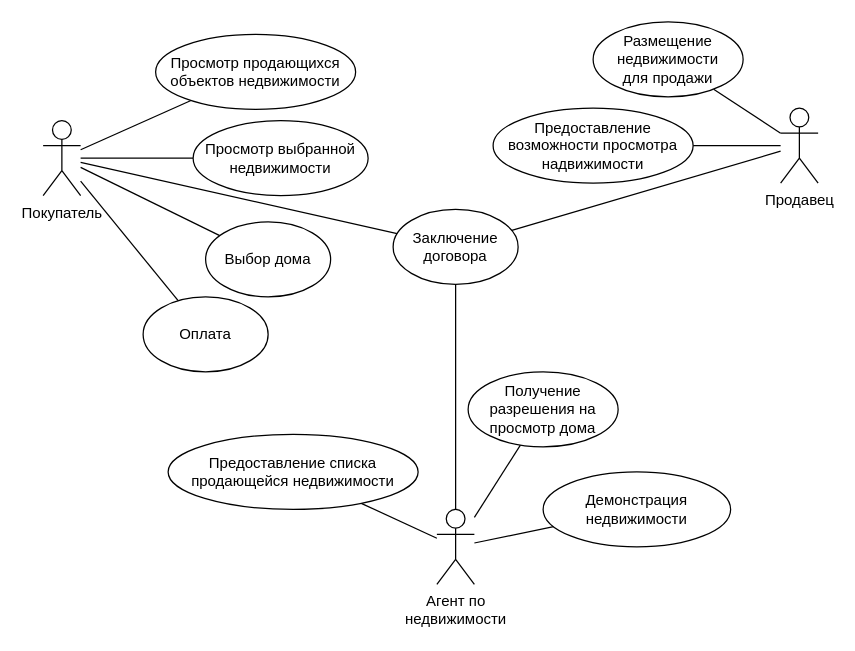
Earlier version of the draw.io diagram page "Page-1" (1 of 2) of ДЗ.drawio (aleksey899/Boom21). Source tidied: cells renumbered, new cells numbered last; positions are measured from the earlier drawing's top-left corner, leaving out a move shared by most shapes. Both pictures are drawn from the tidied source at 125%, with x=0, y=0 at pixel (42, 21).
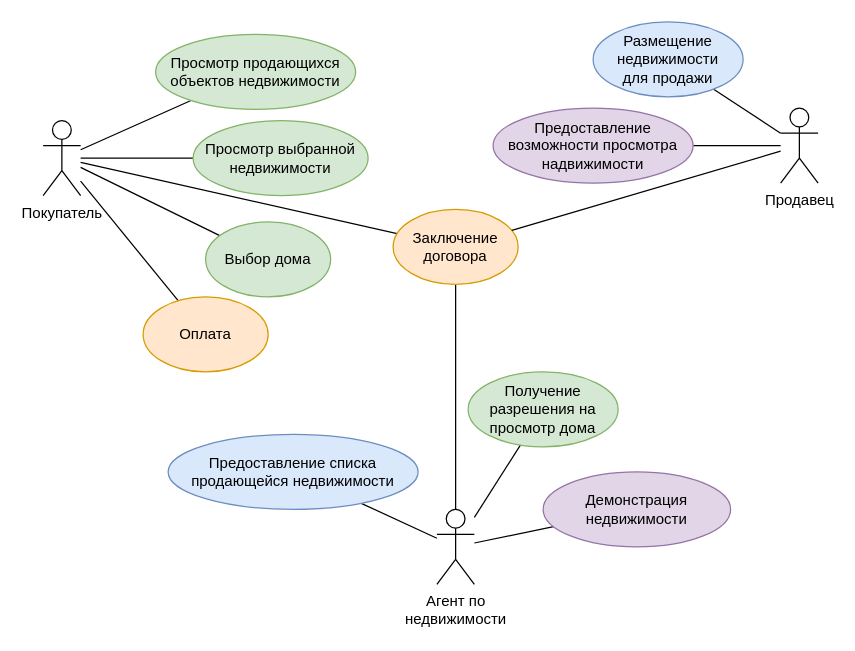
After the change.

What changed in the source:
```diff
@@
-    <mxCell id="13" value="Выбор дома" style="ellipse;whiteSpace=wrap;html=1;" parent="1" vertex="1">
+    <mxCell id="13" value="Выбор дома" style="ellipse;whiteSpace=wrap;html=1;fillColor=#d5e8d4;strokeColor=#82b366;" parent="1" vertex="1">
       <mxGeometry x="130" y="160" width="100" height="60" as="geometry" />
     </mxCell>
-    <mxCell id="14" value="Просмотр выбранной&lt;br&gt;недвижимости" style="ellipse;whiteSpace=wrap;html=1;" parent="1" vertex="1">
+    <mxCell id="14" value="Просмотр выбранной&lt;br&gt;недвижимости" style="ellipse;whiteSpace=wrap;html=1;fillColor=#d5e8d4;strokeColor=#82b366;" parent="1" vertex="1">
       <mxGeometry x="120" y="79" width="140" height="60" as="geometry" />
     </mxCell>
-    <mxCell id="15" value="Заключение договора" style="ellipse;whiteSpace=wrap;html=1;" parent="1" vertex="1">
+    <mxCell id="15" value="Заключение договора" style="ellipse;whiteSpace=wrap;html=1;fillColor=#ffe6cc;strokeColor=#d79b00;" parent="1" vertex="1">
       <mxGeometry x="280" y="150" width="100" height="60" as="geometry" />
     </mxCell>
-    <mxCell id="16" value="Оплата" style="ellipse;whiteSpace=wrap;html=1;" parent="1" vertex="1">
+    <mxCell id="16" value="Оплата" style="ellipse;whiteSpace=wrap;html=1;fillColor=#ffe6cc;strokeColor=#d79b00;" parent="1" vertex="1">
       <mxGeometry x="80" y="220" width="100" height="60" as="geometry" />
     </mxCell>
@@
-    <mxCell id="18" value="&lt;div&gt;Просмотр продающихся объектов недвижимости&lt;/div&gt;" style="ellipse;whiteSpace=wrap;html=1;" parent="1" vertex="1">
+    <mxCell id="18" value="&lt;div&gt;Просмотр продающихся объектов недвижимости&lt;/div&gt;" style="ellipse;whiteSpace=wrap;html=1;fillColor=#d5e8d4;strokeColor=#82b366;" parent="1" vertex="1">
       <mxGeometry x="90" y="10" width="160" height="60" as="geometry" />
     </mxCell>
@@
-    <mxCell id="21" value="Предоставление возможности просмотра надвижимости" style="ellipse;whiteSpace=wrap;html=1;" parent="1" vertex="1">
+    <mxCell id="21" value="Предоставление возможности просмотра надвижимости" style="ellipse;whiteSpace=wrap;html=1;fillColor=#e1d5e7;strokeColor=#9673a6;" parent="1" vertex="1">
       <mxGeometry x="360" y="69" width="160" height="60" as="geometry" />
     </mxCell>
@@
-    <mxCell id="23" value="&lt;div&gt;Размещение недвижимости&lt;/div&gt;&lt;div&gt;для продажи&lt;br&gt;&lt;/div&gt;" style="ellipse;whiteSpace=wrap;html=1;" parent="1" vertex="1">
+    <mxCell id="23" value="&lt;div&gt;Размещение недвижимости&lt;/div&gt;&lt;div&gt;для продажи&lt;br&gt;&lt;/div&gt;" style="ellipse;whiteSpace=wrap;html=1;fillColor=#dae8fc;strokeColor=#6c8ebf;" parent="1" vertex="1">
       <mxGeometry x="440" width="120" height="60" as="geometry" />
     </mxCell>
-    <mxCell id="24" value="Предоставление списка продающейся недвижимости" style="ellipse;whiteSpace=wrap;html=1;" parent="1" vertex="1">
+    <mxCell id="24" value="Предоставление списка продающейся недвижимости" style="ellipse;whiteSpace=wrap;html=1;fillColor=#dae8fc;strokeColor=#6c8ebf;" parent="1" vertex="1">
       <mxGeometry x="100" y="330" width="200" height="60" as="geometry" />
     </mxCell>
-    <mxCell id="25" value="Получение разрешения на просмотр дома" style="ellipse;whiteSpace=wrap;html=1;" parent="1" vertex="1">
+    <mxCell id="25" value="Получение разрешения на просмотр дома" style="ellipse;whiteSpace=wrap;html=1;fillColor=#d5e8d4;strokeColor=#82b366;" parent="1" vertex="1">
       <mxGeometry x="340" y="280" width="120" height="60" as="geometry" />
     </mxCell>
-    <mxCell id="26" value="Демонстрация недвижимости" style="ellipse;whiteSpace=wrap;html=1;" parent="1" vertex="1">
+    <mxCell id="26" value="Демонстрация недвижимости" style="ellipse;whiteSpace=wrap;html=1;fillColor=#e1d5e7;strokeColor=#9673a6;" parent="1" vertex="1">
       <mxGeometry x="400" y="360" width="150" height="60" as="geometry" />
     </mxCell>
```
